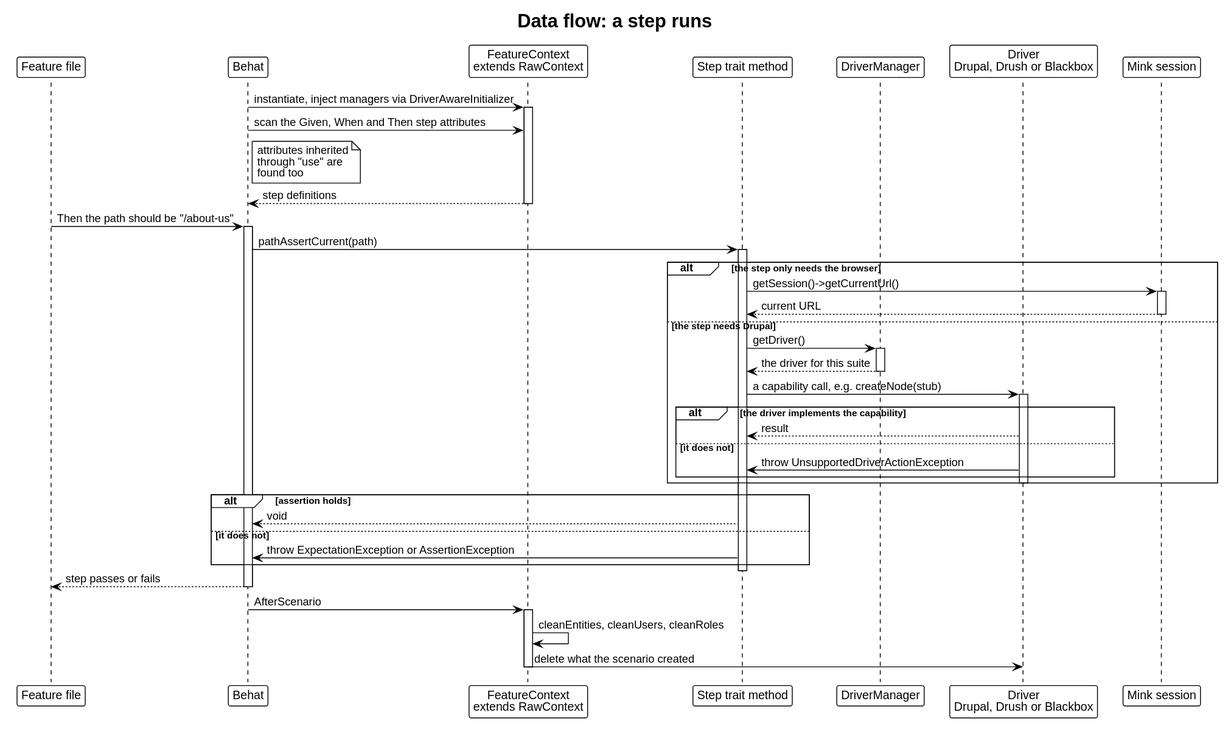
The PlantUML diagram docs/architecture/dataflow-step.svg in drevops/behat-steps, before a commit. Its diagram source:
```plantuml
@startuml
!theme plain
skinparam backgroundColor white
skinparam defaultFontName Helvetica
skinparam shadowing false
title Data flow: a step runs

participant "Feature file" as Feature
participant "Behat" as Behat
participant "FeatureContext\nextends RawContext" as Ctx
participant "Step trait method" as Trait
participant "DriverManager" as DM
participant "Driver\nDrupal, Drush or Blackbox" as Driver
participant "Mink session" as Mink

Behat -> Ctx: instantiate, inject managers via DriverAwareInitializer
activate Ctx
Behat -> Ctx: scan the Given, When and Then step attributes
note right of Behat: attributes inherited\nthrough "use" are\nfound too
Ctx --> Behat: step definitions
deactivate Ctx

Feature -> Behat: Then the path should be "/about-us"
activate Behat
Behat -> Trait: pathAssertCurrent(path)
activate Trait

alt the step only needs the browser
  Trait -> Mink: getSession()->getCurrentUrl()
  activate Mink
  Mink --> Trait: current URL
  deactivate Mink
else the step needs Drupal
  Trait -> DM: getDriver()
  activate DM
  DM --> Trait: the driver for this suite
  deactivate DM
  Trait -> Driver: a capability call, e.g. createNode(stub)
  activate Driver
  alt the driver implements the capability
    Driver --> Trait: result
  else it does not
    Driver -> Trait: throw UnsupportedDriverActionException
  end
  deactivate Driver
end

alt assertion holds
  Trait --> Behat: void
else it does not
  Trait -> Behat: throw ExpectationException or AssertionException
end
deactivate Trait

Behat --> Feature: step passes or fails
deactivate Behat

Behat -> Ctx: AfterScenario
activate Ctx
Ctx -> Ctx: cleanEntities, cleanUsers, cleanRoles
Ctx -> Driver: delete what the scenario created
deactivate Ctx
@enduml
```
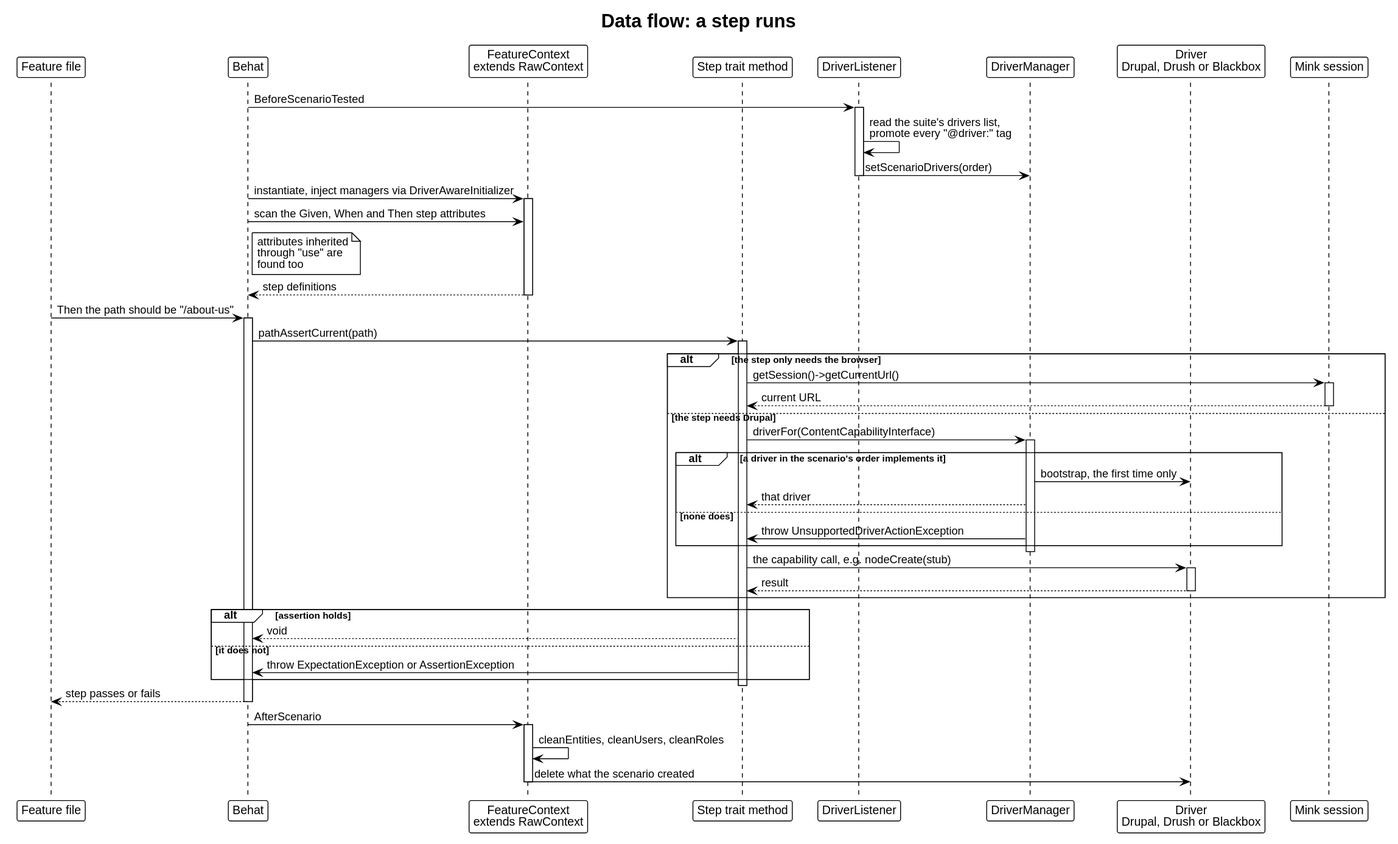
After the commit.

Commit message:
[#832] Retraced the architecture diagrams onto capability-based driver resolution.

The edit, as a diff of the source:
```diff
@@ -9,9 +9,16 @@
 participant "Behat" as Behat
 participant "FeatureContext\nextends RawContext" as Ctx
 participant "Step trait method" as Trait
+participant "DriverListener" as Listener
 participant "DriverManager" as DM
 participant "Driver\nDrupal, Drush or Blackbox" as Driver
 participant "Mink session" as Mink
+
+Behat -> Listener: BeforeScenarioTested
+activate Listener
+Listener -> Listener: read the suite's drivers list,\npromote every "@driver:" tag
+Listener -> DM: setScenarioDrivers(order)
+deactivate Listener
 
 Behat -> Ctx: instantiate, inject managers via DriverAwareInitializer
 activate Ctx
@@ -31,17 +38,18 @@
   Mink --> Trait: current URL
   deactivate Mink
 else the step needs Drupal
-  Trait -> DM: getDriver()
+  Trait -> DM: driverFor(ContentCapabilityInterface)
   activate DM
-  DM --> Trait: the driver for this suite
+  alt a driver in the scenario's order implements it
+    DM -> Driver: bootstrap, the first time only
+    DM --> Trait: that driver
+  else none does
+    DM -> Trait: throw UnsupportedDriverActionException
+  end
   deactivate DM
-  Trait -> Driver: a capability call, e.g. createNode(stub)
+  Trait -> Driver: the capability call, e.g. nodeCreate(stub)
   activate Driver
-  alt the driver implements the capability
-    Driver --> Trait: result
-  else it does not
-    Driver -> Trait: throw UnsupportedDriverActionException
-  end
+  Driver --> Trait: result
   deactivate Driver
 end
 
```
